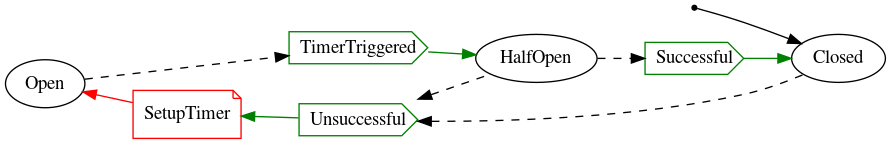
The Graphviz diagram CircuitBreaker.png in xkr47/rust-fsm-graph, before a commit. Its source is kept beside it as CircuitBreaker.dot.
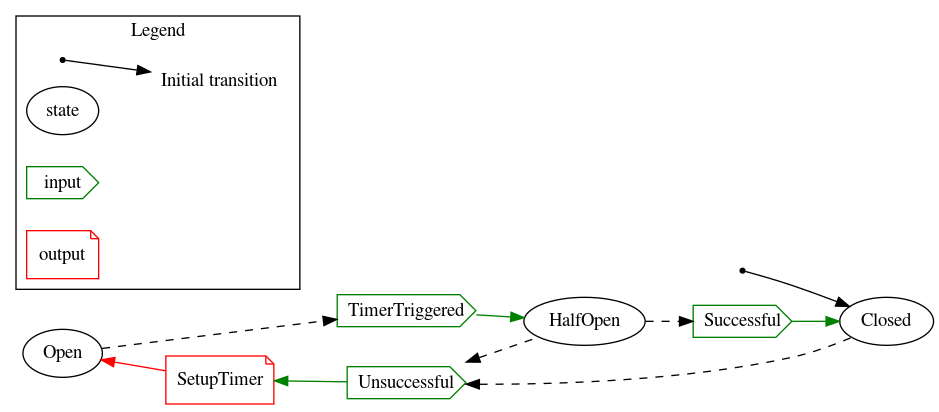
Above is the later version.

Diff of the diagram source:
```diff
@@ -3,6 +3,17 @@
   newrank=true;
   SM_init [label="", shape=point];
   SM_init -> "Closed";
+
+  subgraph "cluster_legend" {
+    label="Legend";
+    __init [ shape=point ];
+    __init -> __init2;
+    __init2 [ shape=none label="Initial transition" ];
+    __state [ label="state" ];
+    __input [ label="input" color="#008000" shape=cds ];
+    __output [ label="output" color=red shape=note ];
+  }
+
   "SetupTimer_Open_Unsuccessful_iv" -> "Closed" [ arrowhead=none arrowtail=normal style=dashed dir=both ];
   "Open" -> "Open_HalfOpen_iv" [ style=dashed rankdir=TB ];
   "Open_HalfOpen_iv" [label="TimerTriggered" color="#008000" shape=cds ];
```
